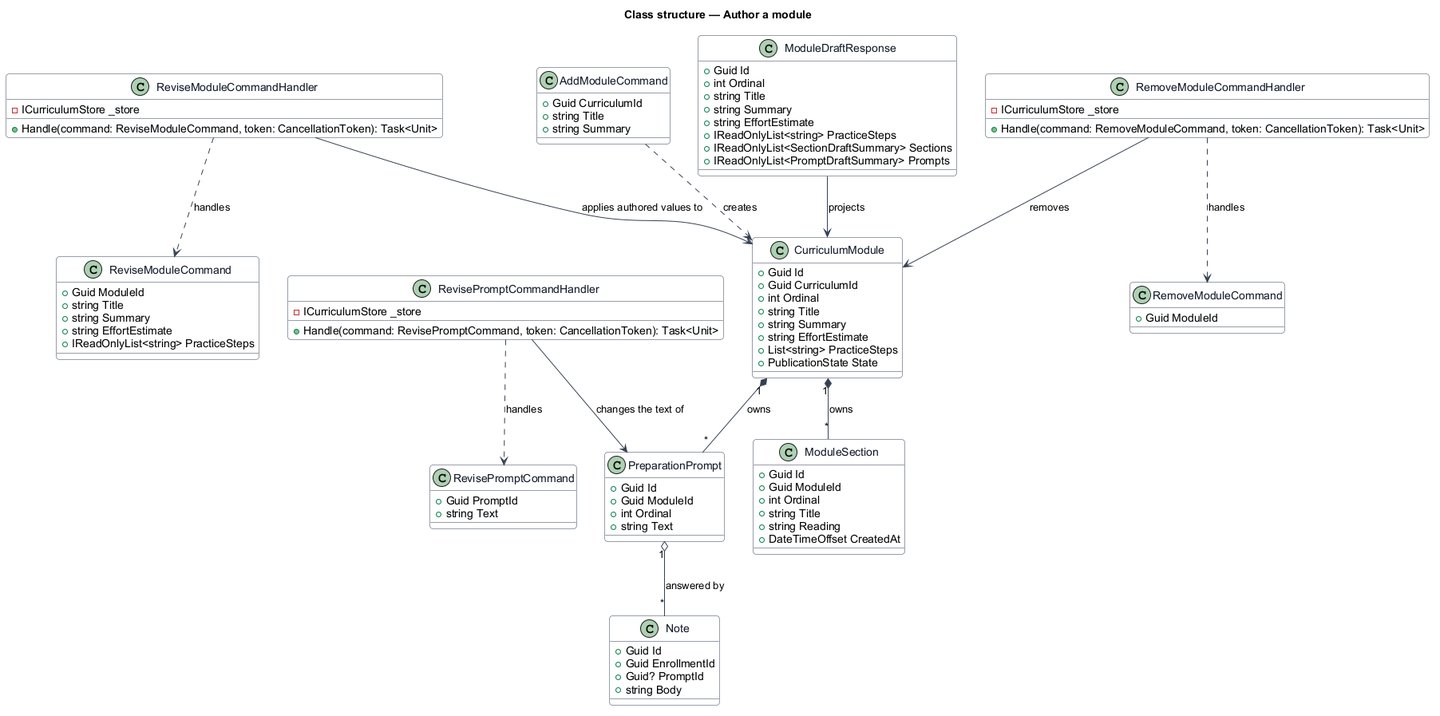
This is docs/detailed-designs/administration/author-module/diagrams/class-structure.png from QuinntyneBrown/quinntyne-brown-stewardship, a PlantUML export, as it was before one commit.
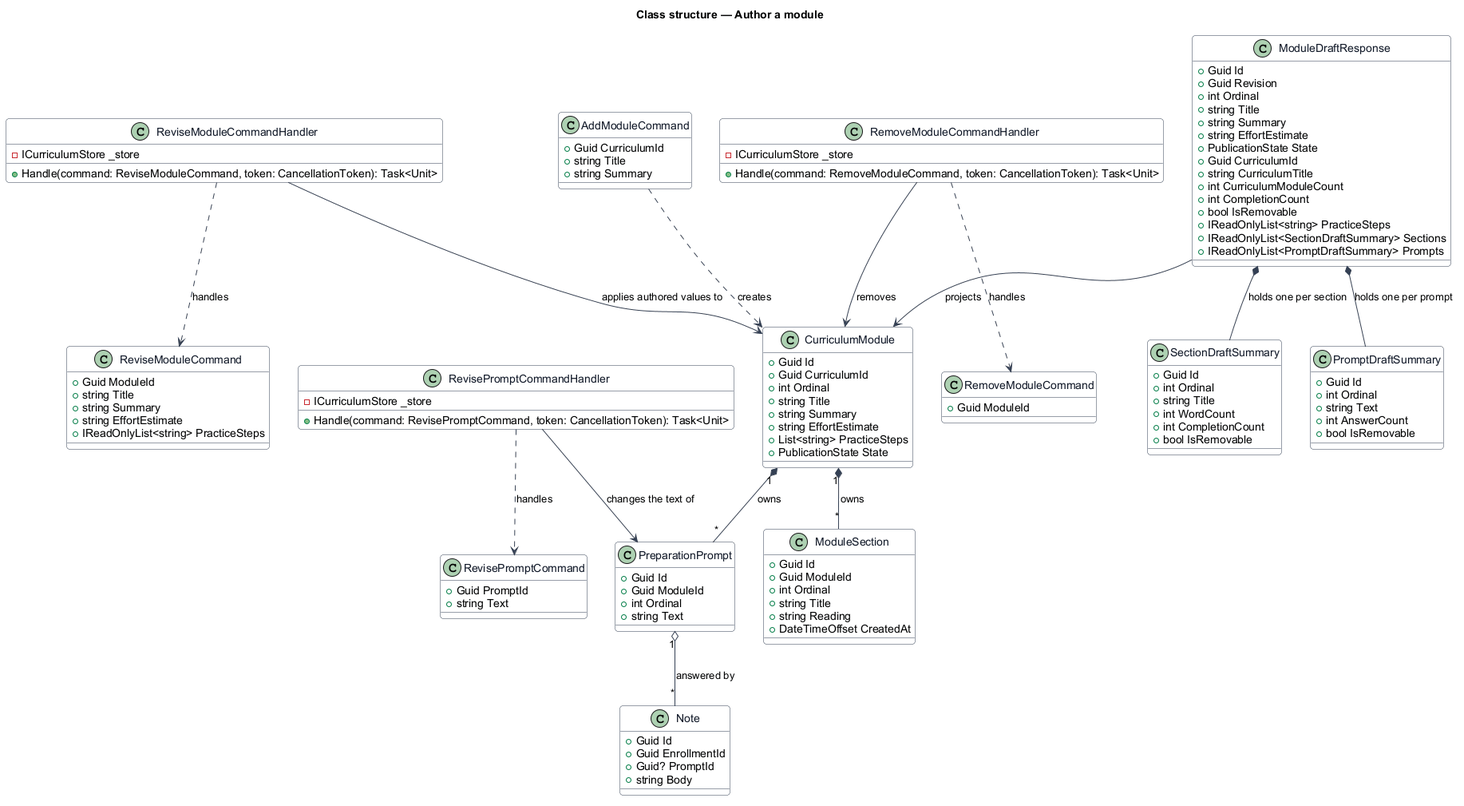
Above is the later version.

What changed in the source:
```diff
@@ -85,13 +85,37 @@
 
 class ModuleDraftResponse {
   +Guid Id
+  +Guid Revision
   +int Ordinal
   +string Title
   +string Summary
   +string EffortEstimate
+  +PublicationState State
+  +Guid CurriculumId
+  +string CurriculumTitle
+  +int CurriculumModuleCount
+  +int CompletionCount
+  +bool IsRemovable
   +IReadOnlyList<string> PracticeSteps
   +IReadOnlyList<SectionDraftSummary> Sections
   +IReadOnlyList<PromptDraftSummary> Prompts
+}
+
+class SectionDraftSummary {
+  +Guid Id
+  +int Ordinal
+  +string Title
+  +int WordCount
+  +int CompletionCount
+  +bool IsRemovable
+}
+
+class PromptDraftSummary {
+  +Guid Id
+  +int Ordinal
+  +string Text
+  +int AnswerCount
+  +bool IsRemovable
 }
 
 CurriculumModule "1" *-- "*" ModuleSection : owns
@@ -104,5 +128,7 @@
 RevisePromptCommandHandler ..> RevisePromptCommand : handles
 RevisePromptCommandHandler --> PreparationPrompt : changes the text of
 ModuleDraftResponse --> CurriculumModule : projects
+ModuleDraftResponse *-- SectionDraftSummary : holds one per section
+ModuleDraftResponse *-- PromptDraftSummary : holds one per prompt
 AddModuleCommand ..> CurriculumModule : creates
 @enduml
```
